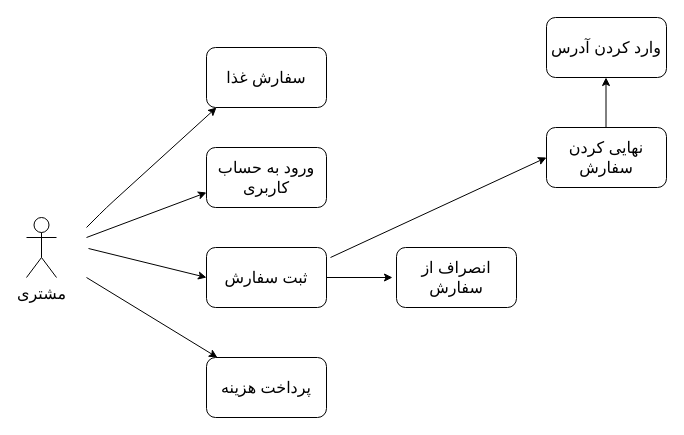
Above: use-case-diagram-client.drawio in Saeed-hajizade/Software-Engineering-Project (draw.io), before the change. Source tidied: cells renumbered, new cells numbered last; positions are measured from the earlier drawing's top-left corner, leaving out a move shared by most shapes. Both pictures are drawn from the tidied source at 100%, with x=0, y=0 at pixel (26, 17).
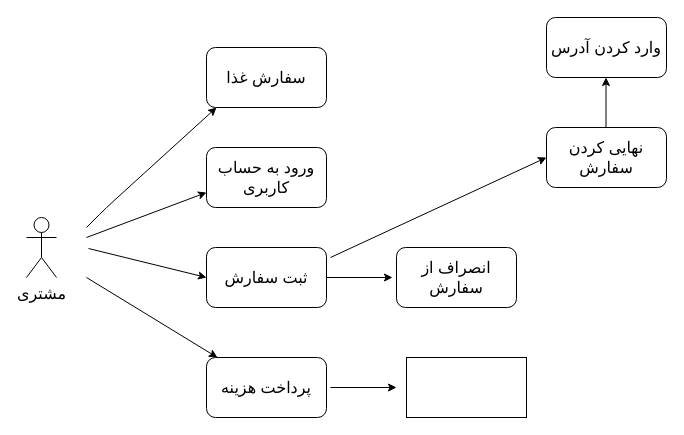
After the change.

Commit message:
Update use case

What changed in the source:
```diff
@@
+    <mxCell id="17" style="rounded=0;whiteSpace=wrap;html=1;" parent="1" vertex="1">
+      <mxGeometry x="380" y="340" width="120" height="60" as="geometry" />
+    </mxCell>
+    <mxCell id="18" style="endArrow=classic;html=1;" parent="1" edge="1">
+      <mxGeometry relative="1" as="geometry">
+        <mxPoint x="304" y="370" as="sourcePoint" />
+        <mxPoint x="370" y="370" as="targetPoint" />
+      </mxGeometry>
+    </mxCell>
```
